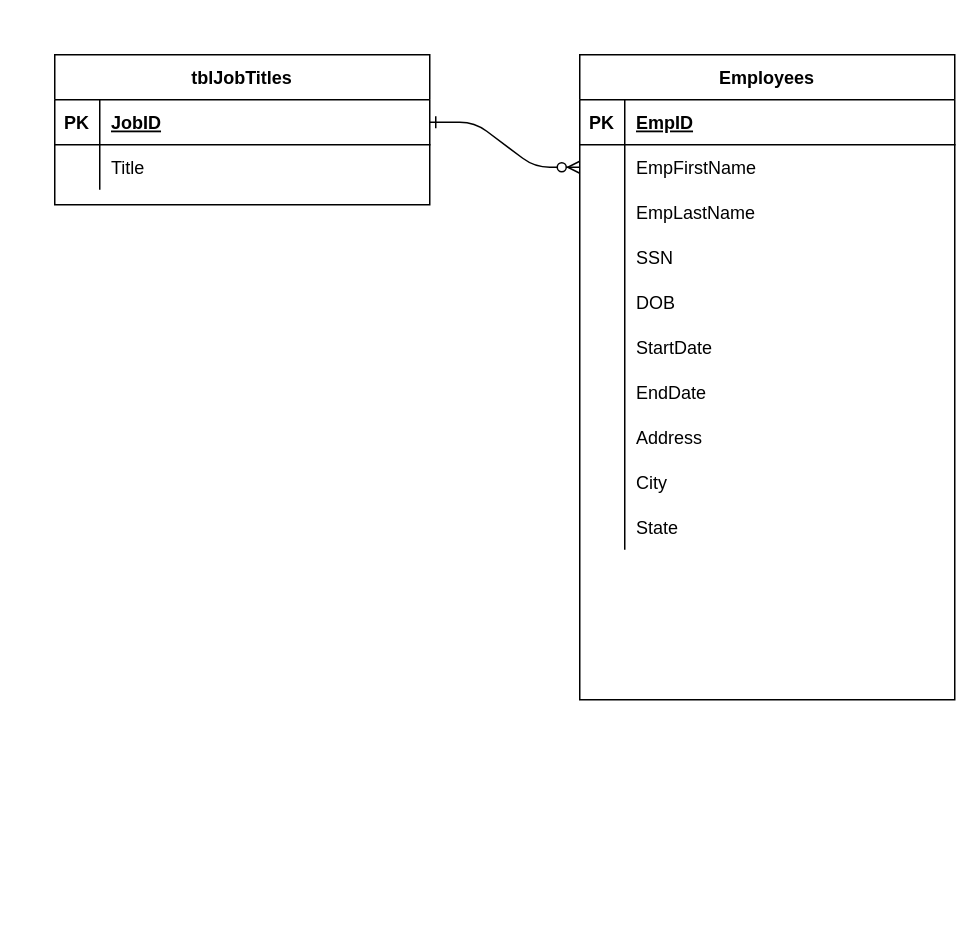
Earlier version of the draw.io diagram Untitled Diagram.drawio (mariorojasac/entity_tables). Source tidied: cells renumbered, new cells numbered last; positions are measured from the earlier drawing's top-left corner, leaving out a move shared by most shapes. Both pictures are drawn from the tidied source at 150%, with x=0, y=0 at pixel (54, 54).
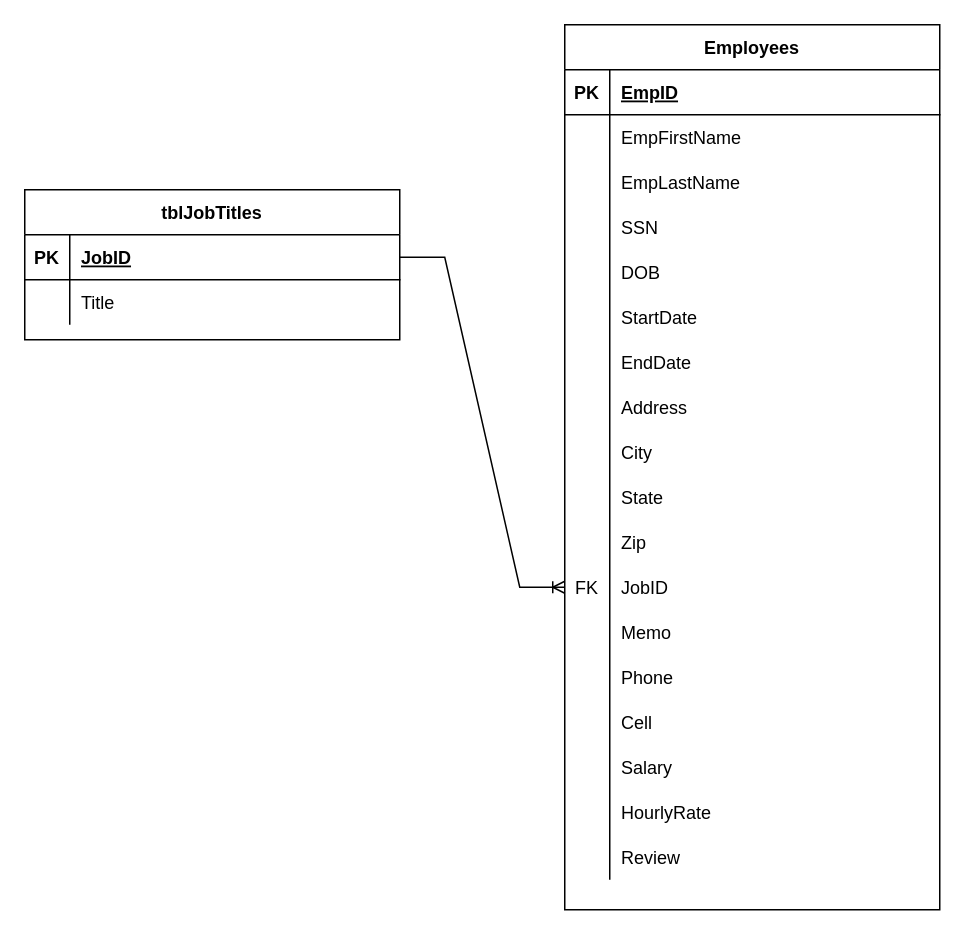
The same page after the edit.

Commit message:
Adding foreign key

The change refers to these unchanged cells:
```xml
<mxCell id="7" style="shape=partialRectangle;fillColor=none;points=[[0,0.5],[1,0.5]];portConstraint=eastwest;top=0;left=0;right=0;bottom=0;" parent="3" vertex="1">
  <mxGeometry y="60" width="250" height="30" as="geometry" />
</mxCell>
<mxCell id="35" style="shape=partialRectangle;fillColor=none;points=[[0,0.5],[1,0.5]];portConstraint=eastwest;top=0;left=0;right=0;bottom=1;" parent="34" vertex="1">
  <mxGeometry y="30" width="250" height="30" as="geometry" />
</mxCell>
```

Diff of the diagram source:
```diff
@@
-    <mxCell id="2" style="edgeStyle=entityRelationEdgeStyle;endArrow=ERzeroToMany;startArrow=ERone;endFill=1;startFill=0;" parent="1" edge="1" source="35" target="7">
-      <mxGeometry relative="1" as="geometry" />
-    </mxCell>
     <mxCell id="3" value="Employees" style="shape=table;startSize=30;childLayout=tableLayout;rowLines=0;fontStyle=1;align=center;" parent="1" vertex="1">
-      <mxGeometry x="350" width="250" height="430" as="geometry" />
+      <mxGeometry x="340" y="-20" width="250" height="590" as="geometry" />
     </mxCell>
@@
+    <mxCell id="41" style="shape=tableRow;horizontal=0;startSize=0;swimlaneHead=0;swimlaneBody=0;fillColor=none;top=0;left=0;right=0;bottom=0;" parent="3" vertex="1">
+      <mxGeometry y="330" width="250" height="30" as="geometry" />
+    </mxCell>
+    <mxCell id="42" style="shape=partialRectangle;fillColor=none;top=0;left=0;bottom=0;right=0;overflow=hidden;" parent="41" vertex="1">
+      <mxGeometry width="30" height="30" as="geometry" />
+    </mxCell>
+    <mxCell id="43" value="Zip" style="shape=partialRectangle;fillColor=none;top=0;left=0;bottom=0;right=0;align=left;spacingLeft=6;overflow=hidden;" parent="41" vertex="1">
+      <mxGeometry x="30" width="220" height="30" as="geometry" />
+    </mxCell>
+    <mxCell id="44" style="shape=tableRow;horizontal=0;startSize=0;swimlaneHead=0;swimlaneBody=0;fillColor=none;points=[[0,0.5],[1,0.5]];portConstraint=eastwest;top=0;left=0;right=0;bottom=0;" parent="3" vertex="1">
+      <mxGeometry y="360" width="250" height="30" as="geometry" />
+    </mxCell>
+    <mxCell id="45" value="FK" style="shape=partialRectangle;fillColor=none;top=0;left=0;bottom=0;right=0;fontStyle=0;overflow=hidden;" parent="44" vertex="1">
+      <mxGeometry width="30" height="30" as="geometry" />
+    </mxCell>
+    <mxCell id="46" value="JobID" style="shape=partialRectangle;fillColor=none;top=0;left=0;bottom=0;right=0;align=left;spacingLeft=6;fontStyle=0;overflow=hidden;" parent="44" vertex="1">
+      <mxGeometry x="30" width="220" height="30" as="geometry" />
+    </mxCell>
+    <mxCell id="47" style="shape=tableRow;horizontal=0;startSize=0;swimlaneHead=0;swimlaneBody=0;fillColor=none;top=0;left=0;right=0;bottom=0;" parent="3" vertex="1">
+      <mxGeometry y="390" width="250" height="30" as="geometry" />
+    </mxCell>
+    <mxCell id="48" style="shape=partialRectangle;fillColor=none;top=0;left=0;bottom=0;right=0;overflow=hidden;" parent="47" vertex="1">
+      <mxGeometry width="30" height="30" as="geometry" />
+    </mxCell>
+    <mxCell id="49" value="Memo" style="shape=partialRectangle;fillColor=none;top=0;left=0;bottom=0;right=0;align=left;spacingLeft=6;overflow=hidden;" parent="47" vertex="1">
+      <mxGeometry x="30" width="220" height="30" as="geometry" />
+    </mxCell>
+    <mxCell id="50" style="shape=tableRow;horizontal=0;startSize=0;swimlaneHead=0;swimlaneBody=0;fillColor=none;top=0;left=0;right=0;bottom=0;" parent="3" vertex="1">
+      <mxGeometry y="420" width="250" height="30" as="geometry" />
+    </mxCell>
+    <mxCell id="51" style="shape=partialRectangle;fillColor=none;top=0;left=0;bottom=0;right=0;overflow=hidden;" parent="50" vertex="1">
+      <mxGeometry width="30" height="30" as="geometry" />
+    </mxCell>
+    <mxCell id="52" value="Phone" style="shape=partialRectangle;fillColor=none;top=0;left=0;bottom=0;right=0;align=left;spacingLeft=6;overflow=hidden;" parent="50" vertex="1">
+      <mxGeometry x="30" width="220" height="30" as="geometry" />
+    </mxCell>
+    <mxCell id="53" style="shape=tableRow;horizontal=0;startSize=0;swimlaneHead=0;swimlaneBody=0;fillColor=none;top=0;left=0;right=0;bottom=0;" parent="3" vertex="1">
+      <mxGeometry y="450" width="250" height="30" as="geometry" />
+    </mxCell>
+    <mxCell id="54" style="shape=partialRectangle;fillColor=none;top=0;left=0;bottom=0;right=0;overflow=hidden;" parent="53" vertex="1">
+      <mxGeometry width="30" height="30" as="geometry" />
+    </mxCell>
+    <mxCell id="55" value="Cell" style="shape=partialRectangle;fillColor=none;top=0;left=0;bottom=0;right=0;align=left;spacingLeft=6;overflow=hidden;" parent="53" vertex="1">
+      <mxGeometry x="30" width="220" height="30" as="geometry" />
+    </mxCell>
+    <mxCell id="56" style="shape=tableRow;horizontal=0;startSize=0;swimlaneHead=0;swimlaneBody=0;fillColor=none;top=0;left=0;right=0;bottom=0;" parent="3" vertex="1">
+      <mxGeometry y="480" width="250" height="30" as="geometry" />
+    </mxCell>
+    <mxCell id="57" style="shape=partialRectangle;fillColor=none;top=0;left=0;bottom=0;right=0;overflow=hidden;" parent="56" vertex="1">
+      <mxGeometry width="30" height="30" as="geometry" />
+    </mxCell>
+    <mxCell id="58" value="Salary" style="shape=partialRectangle;fillColor=none;top=0;left=0;bottom=0;right=0;align=left;spacingLeft=6;overflow=hidden;" parent="56" vertex="1">
+      <mxGeometry x="30" width="220" height="30" as="geometry" />
+    </mxCell>
+    <mxCell id="59" style="shape=tableRow;horizontal=0;startSize=0;swimlaneHead=0;swimlaneBody=0;fillColor=none;top=0;left=0;right=0;bottom=0;" parent="3" vertex="1">
+      <mxGeometry y="510" width="250" height="30" as="geometry" />
+    </mxCell>
+    <mxCell id="60" style="shape=partialRectangle;fillColor=none;top=0;left=0;bottom=0;right=0;overflow=hidden;" parent="59" vertex="1">
+      <mxGeometry width="30" height="30" as="geometry" />
+    </mxCell>
+    <mxCell id="61" value="HourlyRate" style="shape=partialRectangle;fillColor=none;top=0;left=0;bottom=0;right=0;align=left;spacingLeft=6;overflow=hidden;" parent="59" vertex="1">
+      <mxGeometry x="30" width="220" height="30" as="geometry" />
+    </mxCell>
+    <mxCell id="62" style="shape=tableRow;horizontal=0;startSize=0;swimlaneHead=0;swimlaneBody=0;fillColor=none;top=0;left=0;right=0;bottom=0;" parent="3" vertex="1">
+      <mxGeometry y="540" width="250" height="30" as="geometry" />
+    </mxCell>
+    <mxCell id="63" style="shape=partialRectangle;fillColor=none;top=0;left=0;bottom=0;right=0;overflow=hidden;" parent="62" vertex="1">
+      <mxGeometry width="30" height="30" as="geometry" />
+    </mxCell>
+    <mxCell id="64" value="Review" style="shape=partialRectangle;fillColor=none;top=0;left=0;bottom=0;right=0;align=left;spacingLeft=6;overflow=hidden;" parent="62" vertex="1">
+      <mxGeometry x="30" width="220" height="30" as="geometry" />
+    </mxCell>
     <mxCell id="34" value="tblJobTitles" style="shape=table;startSize=30;childLayout=tableLayout;rowLines=0;fontStyle=1;align=center;" parent="1" vertex="1">
-      <mxGeometry width="250" height="100" as="geometry" />
+      <mxGeometry x="-20" y="90" width="250" height="100" as="geometry" />
     </mxCell>
@@
+    <mxCell id="65" style="edgeStyle=entityRelationEdgeStyle;fontSize=12;html=1;endArrow=ERoneToMany;rounded=0;entryX=0;entryY=0.5;entryDx=0;entryDy=0;" parent="1" edge="1" source="35" target="44">
+      <mxGeometry relative="1" as="geometry" />
+    </mxCell>
```
